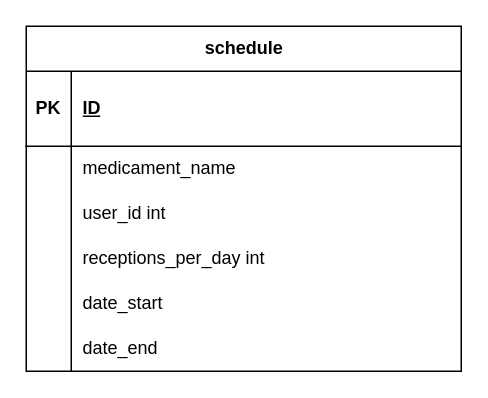
This is schedules/diagrams/ERDschedules.drawio from tummerk/golang, a draw.io file, before an edit. Source tidied: cells renumbered, new cells numbered last; positions are measured from the earlier drawing's top-left corner, leaving out a move shared by most shapes. Both pictures are drawn from the tidied source at 150%, with x=0, y=0 at pixel (26, 26).
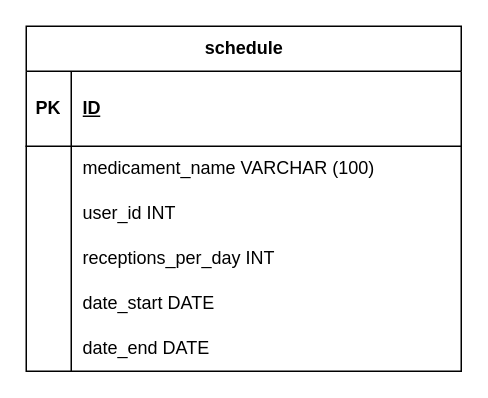
The same page after the edit.

The change refers to these unchanged cells:
```xml
<mxCell id="6" style="shape=tableRow;horizontal=0;startSize=0;swimlaneHead=0;swimlaneBody=0;fillColor=none;top=0;left=0;right=0;bottom=0;" parent="2" vertex="1">
  <mxGeometry y="80" width="290" height="30" as="geometry" />
</mxCell>
<mxCell id="9" style="shape=tableRow;horizontal=0;startSize=0;swimlaneHead=0;swimlaneBody=0;fillColor=none;top=0;left=0;right=0;bottom=0;" parent="2" vertex="1">
  <mxGeometry y="110" width="290" height="30" as="geometry" />
</mxCell>
<mxCell id="12" style="shape=tableRow;horizontal=0;startSize=0;swimlaneHead=0;swimlaneBody=0;fillColor=none;top=0;left=0;right=0;bottom=0;" parent="2" vertex="1">
  <mxGeometry y="140" width="290" height="30" as="geometry" />
</mxCell>
<mxCell id="15" style="shape=tableRow;horizontal=0;startSize=0;swimlaneHead=0;swimlaneBody=0;fillColor=none;top=0;left=0;right=0;bottom=0;" parent="2" vertex="1">
  <mxGeometry y="170" width="290" height="30" as="geometry" />
</mxCell>
<mxCell id="18" style="shape=tableRow;horizontal=0;startSize=0;swimlaneHead=0;swimlaneBody=0;fillColor=none;top=0;left=0;right=0;bottom=0;" parent="2" vertex="1">
  <mxGeometry y="200" width="290" height="30" as="geometry" />
</mxCell>
```

What changed in the source:
```diff
@@
-    <mxCell id="8" value="medicament_name " style="shape=partialRectangle;fillColor=none;top=0;left=0;bottom=0;right=0;align=left;spacingLeft=6;overflow=hidden;whiteSpace=wrap;" parent="6" vertex="1">
+    <mxCell id="8" value="medicament_name VARCHAR (100) " style="shape=partialRectangle;fillColor=none;top=0;left=0;bottom=0;right=0;align=left;spacingLeft=6;overflow=hidden;whiteSpace=wrap;" parent="6" vertex="1">
       <mxGeometry x="30" width="260" height="30" as="geometry" />
     </mxCell>
@@
-    <mxCell id="11" value="user_id int " style="shape=partialRectangle;fillColor=none;top=0;left=0;bottom=0;right=0;align=left;spacingLeft=6;overflow=hidden;whiteSpace=wrap;flipH=0;flipV=0;" parent="9" vertex="1">
+    <mxCell id="11" value="user_id INT" style="shape=partialRectangle;fillColor=none;top=0;left=0;bottom=0;right=0;align=left;spacingLeft=6;overflow=hidden;whiteSpace=wrap;flipH=0;flipV=0;" parent="9" vertex="1">
       <mxGeometry x="30" width="260" height="30" as="geometry" />
     </mxCell>
@@
-    <mxCell id="14" value="receptions_per_day int " style="shape=partialRectangle;fillColor=none;top=0;left=0;bottom=0;right=0;align=left;spacingLeft=6;overflow=hidden;whiteSpace=wrap;" parent="12" vertex="1">
+    <mxCell id="14" value="receptions_per_day INT" style="shape=partialRectangle;fillColor=none;top=0;left=0;bottom=0;right=0;align=left;spacingLeft=6;overflow=hidden;whiteSpace=wrap;" parent="12" vertex="1">
       <mxGeometry x="30" width="260" height="30" as="geometry" />
     </mxCell>
@@
-    <mxCell id="17" value="date_start " style="shape=partialRectangle;fillColor=none;top=0;left=0;bottom=0;right=0;align=left;spacingLeft=6;overflow=hidden;whiteSpace=wrap;" parent="15" vertex="1">
+    <mxCell id="17" value="date_start DATE " style="shape=partialRectangle;fillColor=none;top=0;left=0;bottom=0;right=0;align=left;spacingLeft=6;overflow=hidden;whiteSpace=wrap;" parent="15" vertex="1">
       <mxGeometry x="30" width="260" height="30" as="geometry" />
     </mxCell>
@@
-    <mxCell id="20" value="date_end " style="shape=partialRectangle;fillColor=none;top=0;left=0;bottom=0;right=0;align=left;spacingLeft=6;overflow=hidden;whiteSpace=wrap;" parent="18" vertex="1">
+    <mxCell id="20" value="date_end DATE " style="shape=partialRectangle;fillColor=none;top=0;left=0;bottom=0;right=0;align=left;spacingLeft=6;overflow=hidden;whiteSpace=wrap;" parent="18" vertex="1">
       <mxGeometry x="30" width="260" height="30" as="geometry" />
     </mxCell>
```
